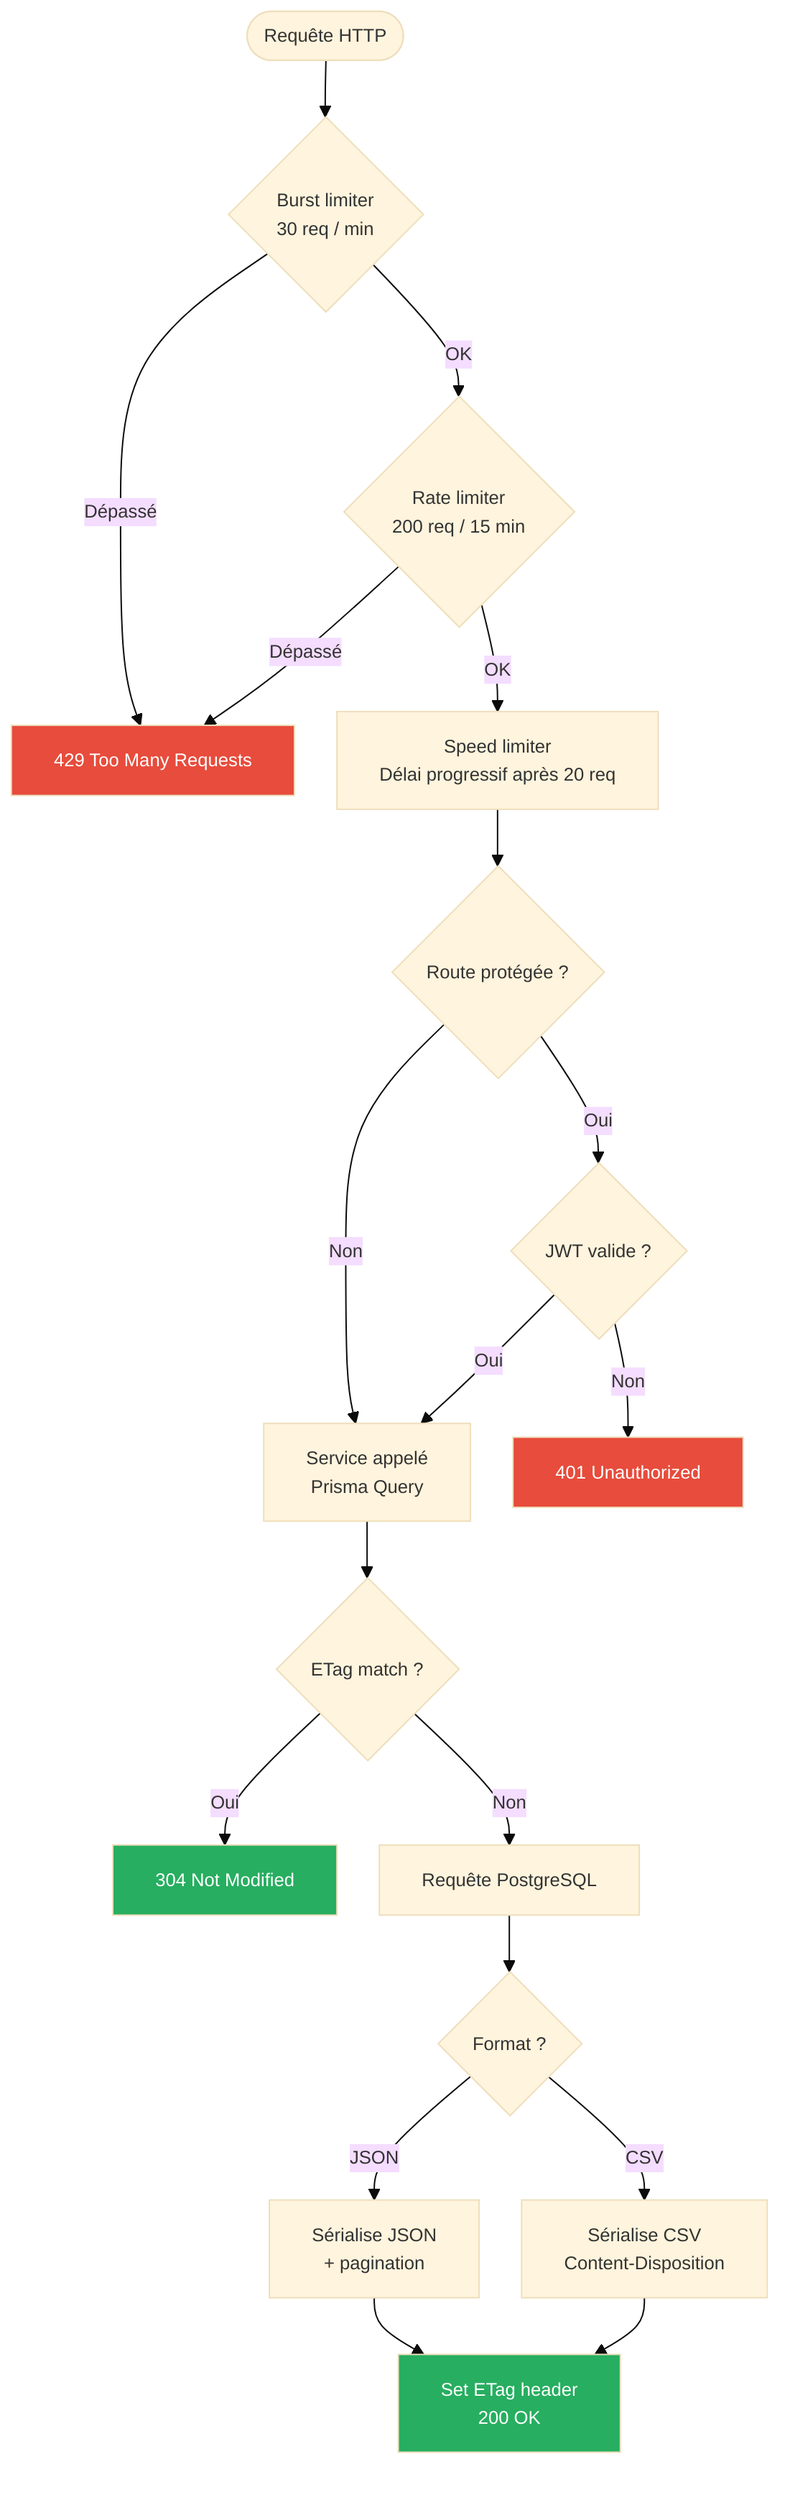
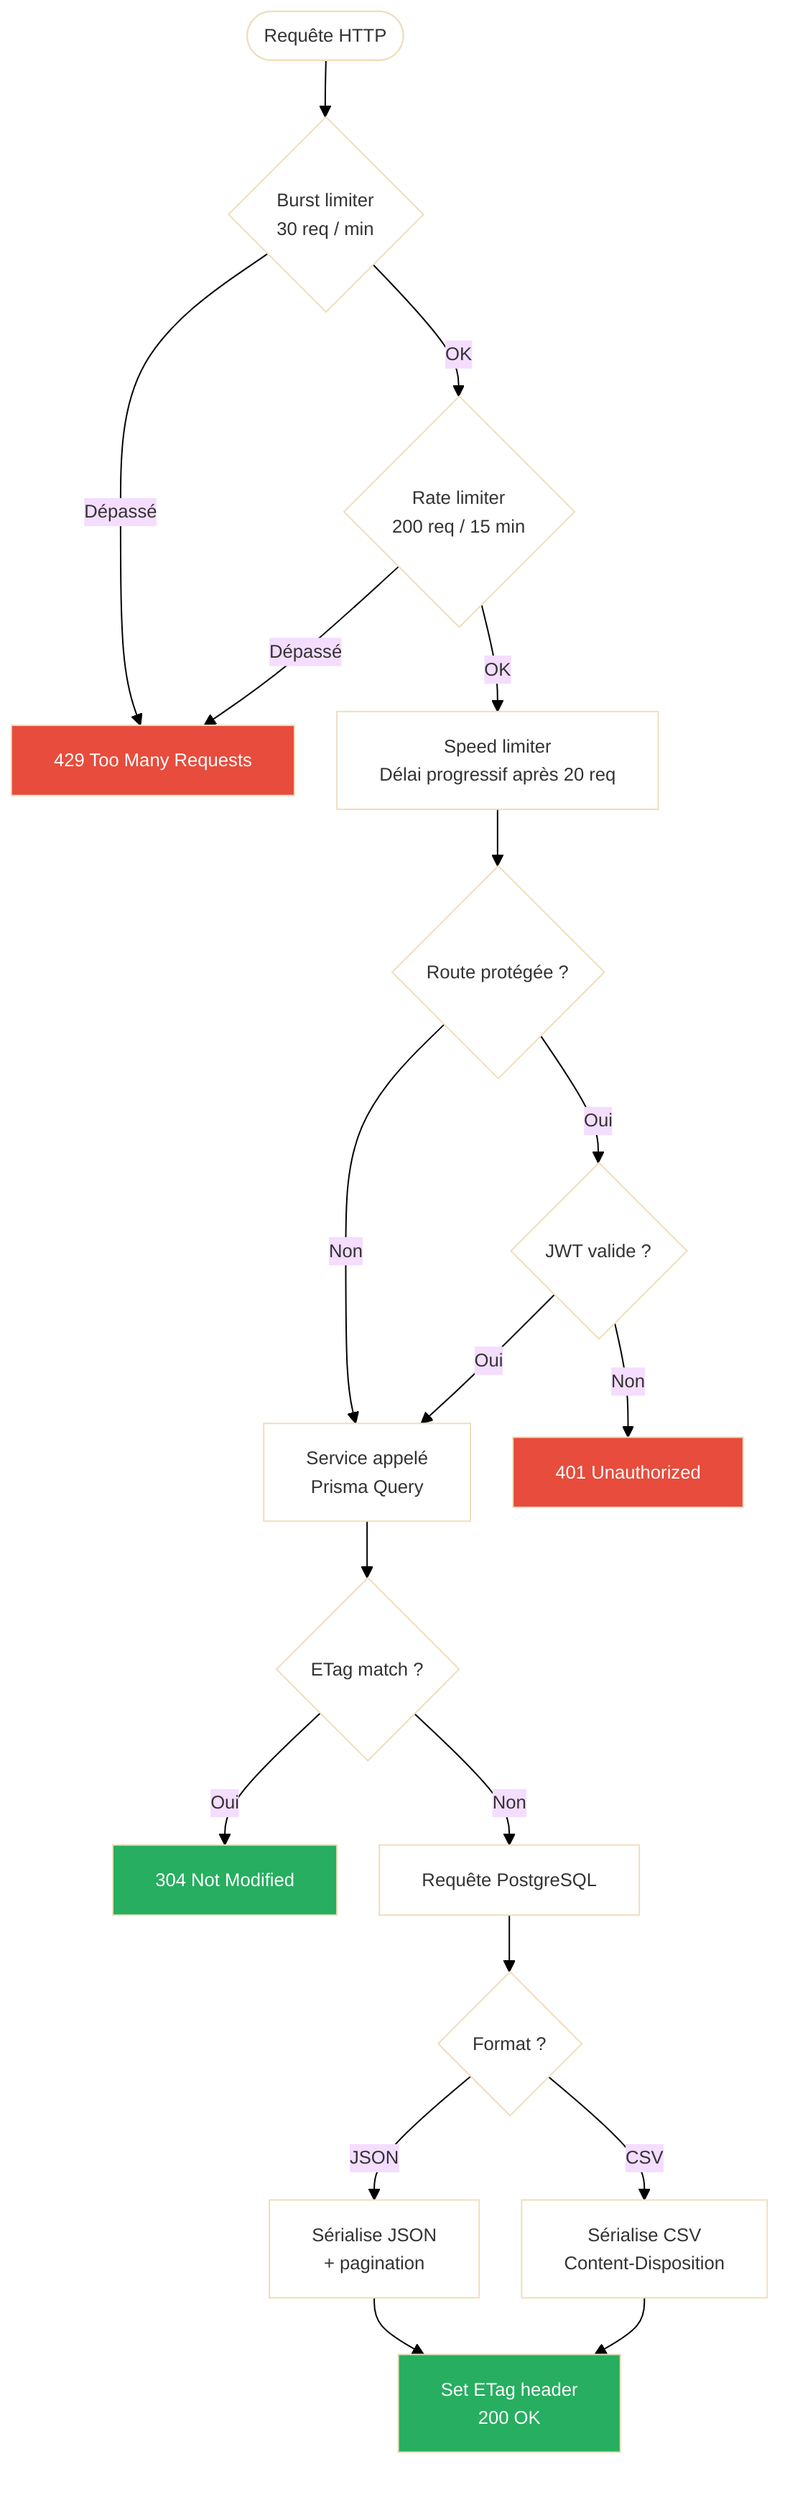
- %%{init: {'theme': 'base', 'themeVariables': {'fontSize': '13px', 'fontFamily': 'Arial'}, 'flowchart': {'nodeSpacing': 30, 'rankSpacing': 40, 'useMaxWidth': true}}}%%
+ %%{init: {'theme': 'base', 'themeVariables': {'background': '#ffffff', 'mainBkg': '#ffffff', 'fontSize': '13px', 'fontFamily': 'Arial'}, 'flowchart': {'nodeSpacing': 30, 'rankSpacing': 40, 'useMaxWidth': true}}}%%
flowchart TD
    A([Requête HTTP]) --> B

    B{Burst limiter\n30 req / min}
    B -- Dépassé --> C[429 Too Many Requests]
    B -- OK --> D

    D{Rate limiter\n200 req / 15 min}
    D -- Dépassé --> C
    D -- OK --> E

    E[Speed limiter\nDélai progressif après 20 req]
    E --> F

    F{Route protégée ?}
    F -- Oui --> G
    F -- Non --> I

    G{JWT valide ?}
    G -- Non --> H[401 Unauthorized]
    G -- Oui --> I

    I[Service appelé\nPrisma Query]
    I --> J

    J{ETag match ?}
    J -- Oui --> K[304 Not Modified]
    J -- Non --> L[Requête PostgreSQL]

    L --> M{Format ?}
    M -- JSON --> N[Sérialise JSON\n+ pagination]
    M -- CSV --> O[Sérialise CSV\nContent-Disposition]
    N --> P[Set ETag header\n200 OK]
    O --> P

    style C fill:#e74c3c,color:#fff
    style H fill:#e74c3c,color:#fff
    style K fill:#27ae60,color:#fff
    style P fill:#27ae60,color:#fff
